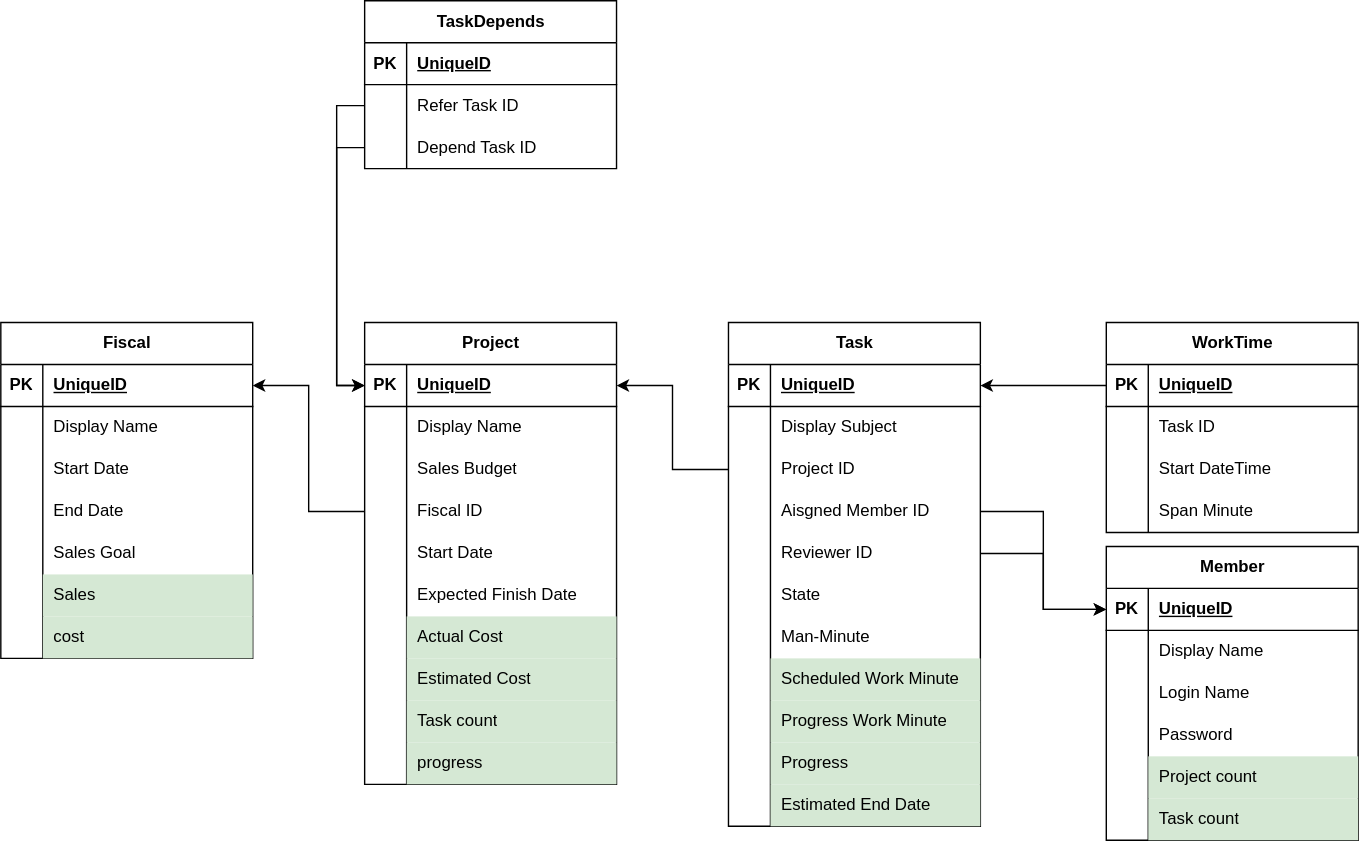
Before: document/figure/er.svg, a diagram exported from draw.io (lotcarnage/cinaps). Source tidied: cells renumbered, new cells last; positions are measured from the earlier drawing's top-left corner, leaving out a move shared by most shapes.
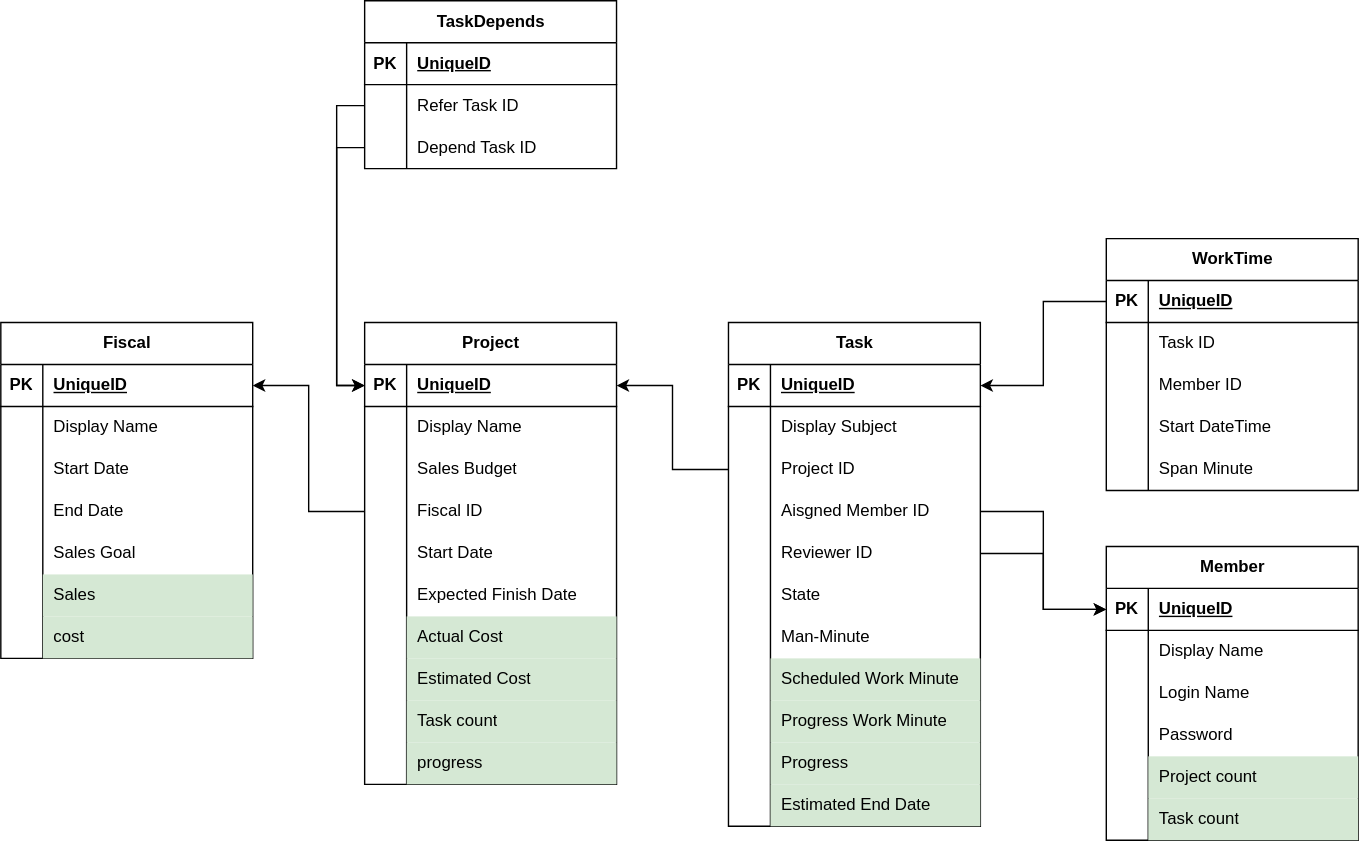
Above is the later version.

Diff of the diagram source:
```diff
@@ -333,7 +333,7 @@
       <mxGeometry relative="1" as="geometry" />
     </mxCell>
     <mxCell id="112" value="WorkTime" style="shape=table;startSize=30;rowLines=0;fontStyle=1;align=center;html=1;" parent="1" vertex="1">
-      <mxGeometry x="790" y="230" width="180" height="150" as="geometry" />
+      <mxGeometry x="790" y="170" width="180" height="180" as="geometry" />
     </mxCell>
     <mxCell id="113" style="shape=tableRow;horizontal=0;startSize=0;swimlaneHead=0;swimlaneBody=0;fillColor=none;points=[[0,0.5],[1,0.5]];portConstraint=eastwest;top=0;left=0;right=0;bottom=1;" parent="112" vertex="1">
       <mxGeometry y="30" width="180" height="30" as="geometry" />
@@ -353,8 +353,17 @@
     <mxCell id="118" value="Task ID" style="shape=partialRectangle;fillColor=none;top=0;left=0;bottom=0;right=0;align=left;spacingLeft=6;overflow=hidden;whiteSpace=wrap;html=1;" parent="116" vertex="1">
       <mxGeometry x="30" width="150" height="30" as="geometry" />
     </mxCell>
+    <mxCell id="138" style="shape=tableRow;horizontal=0;startSize=0;swimlaneHead=0;swimlaneBody=0;fillColor=none;top=0;left=0;right=0;bottom=0;" parent="112" vertex="1">
+      <mxGeometry y="90" width="180" height="30" as="geometry" />
+    </mxCell>
+    <mxCell id="139" style="shape=partialRectangle;fillColor=none;top=0;left=0;bottom=0;right=0;overflow=hidden;whiteSpace=wrap;html=1;" parent="138" vertex="1">
+      <mxGeometry width="30" height="30" as="geometry" />
+    </mxCell>
+    <mxCell id="140" value="Member ID" style="shape=partialRectangle;fillColor=none;top=0;left=0;bottom=0;right=0;align=left;spacingLeft=6;overflow=hidden;whiteSpace=wrap;html=1;" parent="138" vertex="1">
+      <mxGeometry x="30" width="150" height="30" as="geometry" />
+    </mxCell>
     <mxCell id="119" style="shape=tableRow;horizontal=0;startSize=0;swimlaneHead=0;swimlaneBody=0;fillColor=none;top=0;left=0;right=0;bottom=0;" parent="112" vertex="1">
-      <mxGeometry y="90" width="180" height="30" as="geometry" />
+      <mxGeometry y="120" width="180" height="30" as="geometry" />
     </mxCell>
     <mxCell id="120" style="shape=partialRectangle;fillColor=none;top=0;left=0;bottom=0;right=0;overflow=hidden;whiteSpace=wrap;html=1;" parent="119" vertex="1">
       <mxGeometry width="30" height="30" as="geometry" />
@@ -363,7 +372,7 @@
       <mxGeometry x="30" width="150" height="30" as="geometry" />
     </mxCell>
     <mxCell id="122" style="shape=tableRow;horizontal=0;startSize=0;swimlaneHead=0;swimlaneBody=0;fillColor=none;top=0;left=0;right=0;bottom=0;" parent="112" vertex="1">
-      <mxGeometry y="120" width="180" height="30" as="geometry" />
+      <mxGeometry y="150" width="180" height="30" as="geometry" />
     </mxCell>
     <mxCell id="123" style="shape=partialRectangle;fillColor=none;top=0;left=0;bottom=0;right=0;overflow=hidden;whiteSpace=wrap;html=1;" parent="122" vertex="1">
       <mxGeometry width="30" height="30" as="geometry" />
```
